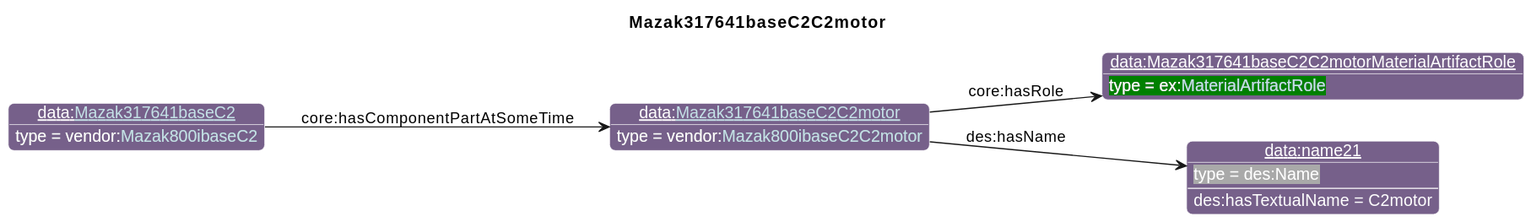
This is diagrams/Mazak317641baseC2C2motor.svg from iofoundry/example-syseng-mtconnect, a PlantUML export, as it was before one commit.
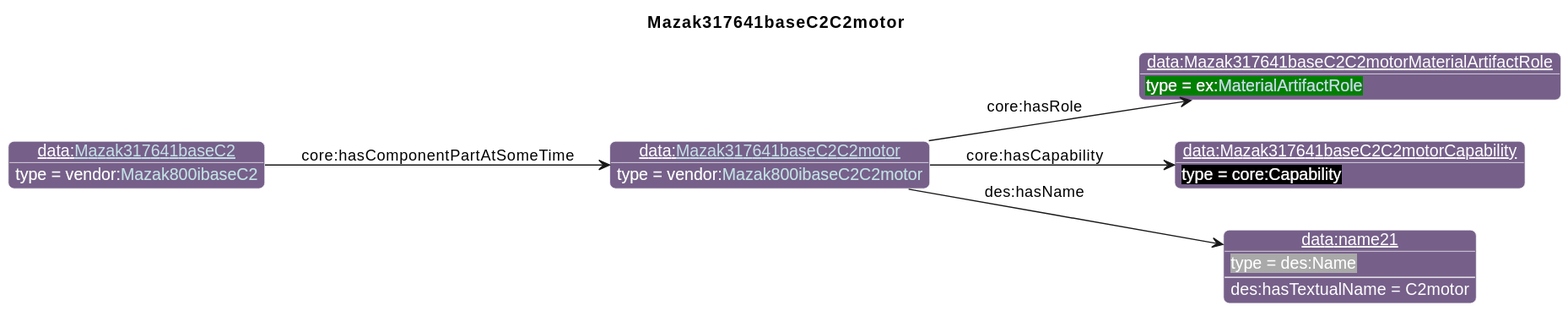
After the change.

The edit, as a diff of the source:
```diff
@@ -27,10 +27,12 @@
       }
 individual(o0, data:[[./Mazak317641baseC2C2motor.html Mazak317641baseC2C2motor]], vendor:[[../Mazak.html#Mazak800ibaseC2C2motor Mazak800ibaseC2C2motor]])
 individual(o1, data:Mazak317641baseC2C2motorMaterialArtifactRole, ex:[[../Example.html#MaterialArtifactRole MaterialArtifactRole]])
-individual(o2, data:name21, des:Name)
-individual(o3, data:[[./Mazak317641baseC2.html Mazak317641baseC2]], vendor:[[../Mazak.html#Mazak800ibaseC2 Mazak800ibaseC2]])
+individual(o2, data:Mazak317641baseC2C2motorCapability, core:Capability)
+individual(o3, data:name21, des:Name)
+individual(o4, data:[[./Mazak317641baseC2.html Mazak317641baseC2]], vendor:[[../Mazak.html#Mazak800ibaseC2 Mazak800ibaseC2]])
 property(o0, "core:hasRole", o1)
-property(o0, "des:hasName", o2)
-data(o2, "des:hasTextualName", "C2motor")
-property(o3, "core:hasComponentPartAtSomeTime", o0)
+property(o0, "core:hasCapability", o2)
+property(o0, "des:hasName", o3)
+data(o3, "des:hasTextualName", "C2motor")
+property(o4, "core:hasComponentPartAtSomeTime", o0)
 @enduml
```
